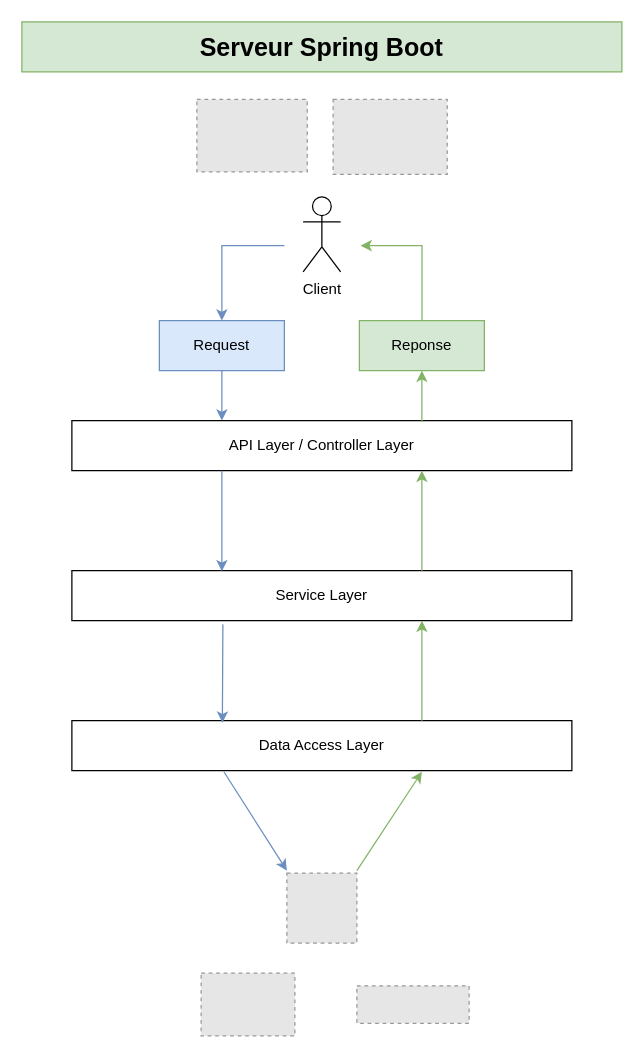
Above: Files/Diagramme.drawio in Soulaimane07/Netflix-Clone (draw.io), before the change. Source tidied: cells renumbered, new cells numbered last; positions are measured from the earlier drawing's top-left corner, leaving out a move shared by most shapes. Both pictures are drawn from the tidied source at 125%, with x=0, y=0 at pixel (21, 21). Pictures stored in the file or linked from it are replaced by grey dashed boxes.
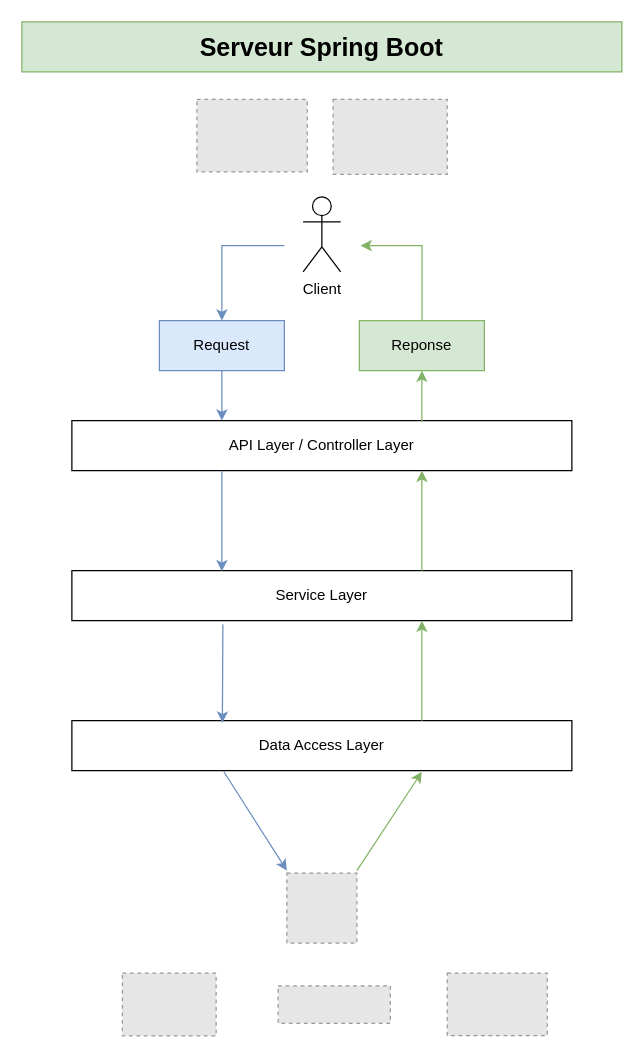
Above is the later version.

What changed in the source:
```diff
@@
     <mxCell id="22" style="fillColor=#E6E6E6;strokeColor=#999999;dashed=1;verticalLabelPosition=bottom;labelBackgroundColor=default;verticalAlign=top;" parent="1" vertex="1">
-      <mxGeometry x="143.4" y="761" width="75" height="50.2" as="geometry" />
+      <mxGeometry x="80.4" y="761" width="75" height="50.2" as="geometry" />
     </mxCell>
     <mxCell id="23" style="fillColor=#E6E6E6;strokeColor=#999999;dashed=1;verticalLabelPosition=bottom;labelBackgroundColor=default;verticalAlign=top;" parent="1" vertex="1">
-      <mxGeometry x="268" y="771.1" width="89.8" height="30" as="geometry" />
+      <mxGeometry x="205" y="771.1" width="89.8" height="30" as="geometry" />
     </mxCell>
+    <mxCell id="24" style="fillColor=#E6E6E6;strokeColor=#999999;dashed=1;html=1;whiteSpace=wrap;fontSize=13;spacing=0;" parent="1" vertex="1">
+      <mxGeometry x="340.3" y="761" width="80" height="50" as="geometry" />
+    </mxCell>
```
